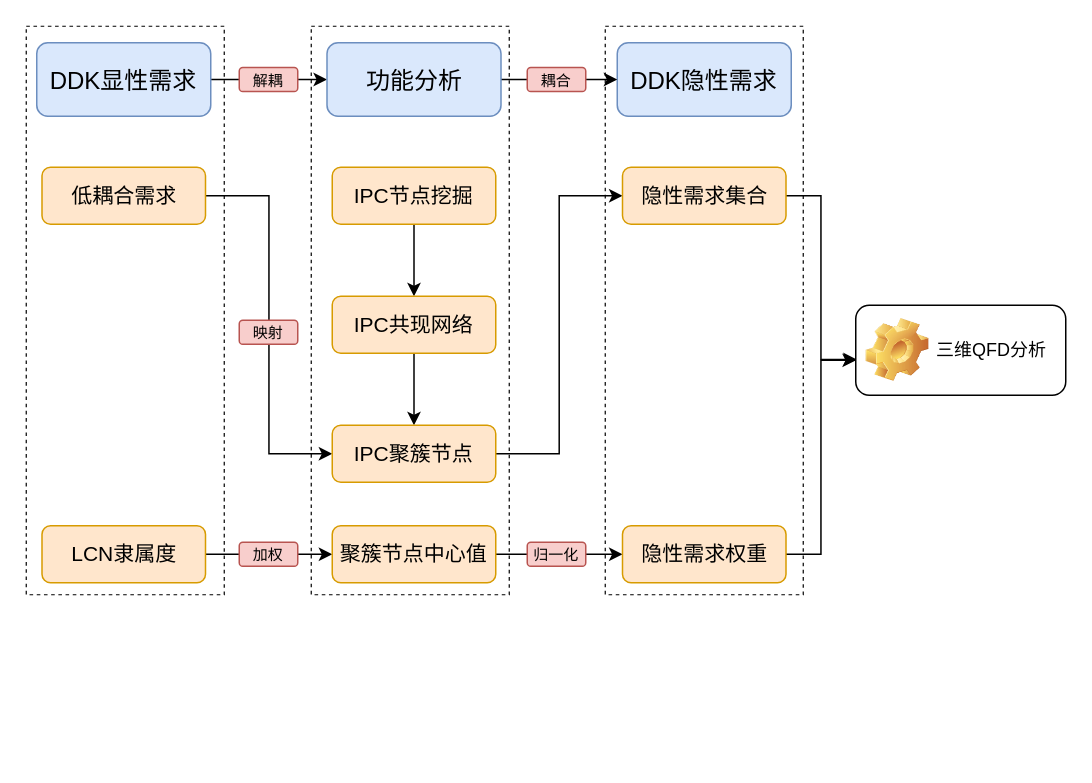
The draw.io diagram Untitled Diagram.drawio in ElioCode/gitxuexi, before the edit. Source tidied: cells renumbered, new cells numbered last; positions are measured from the earlier drawing's top-left corner, leaving out a move shared by most shapes. Both pictures are drawn from the tidied source at 150%, with x=0, y=0 at pixel (26, 26).
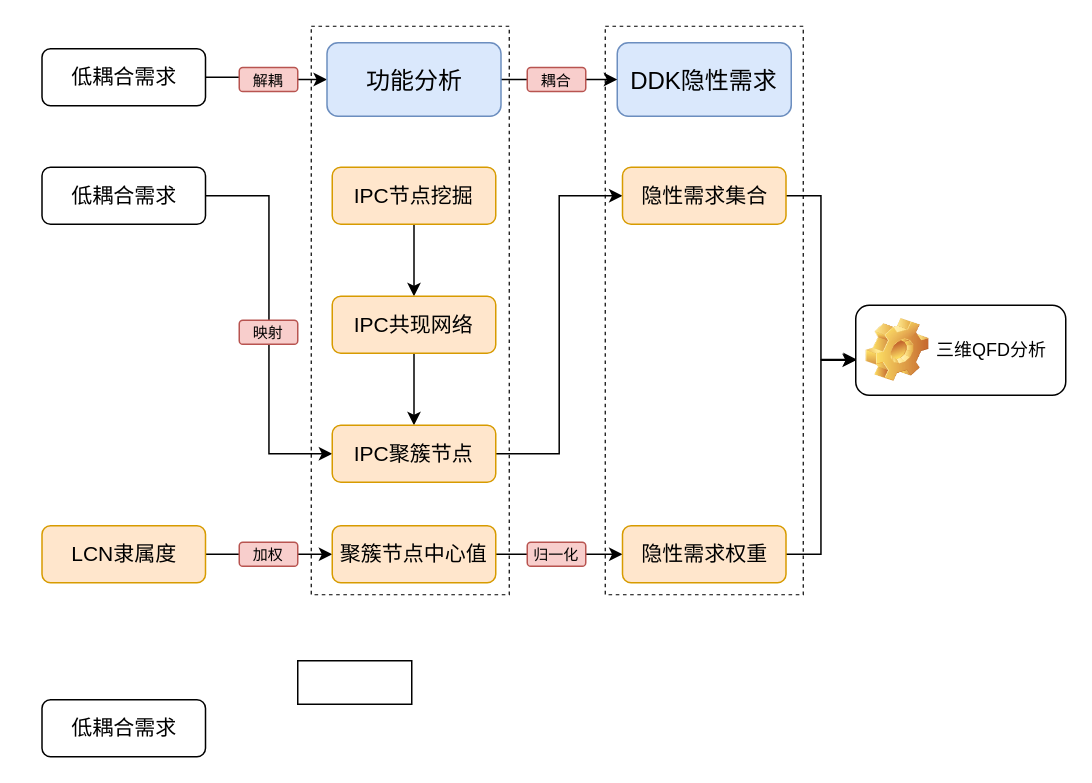
Above is the later version.

Unchanged cells that the change refers to:
```xml
<mxCell id="14" value="&lt;font style=&quot;font-size: 16px&quot;&gt;功能分析&lt;/font&gt;" style="rounded=1;whiteSpace=wrap;html=1;fillColor=#dae8fc;strokeColor=#6c8ebf;" parent="1" vertex="1">
  <mxGeometry x="200.5" y="11" width="116" height="49" as="geometry" />
</mxCell>
```

The edit, as a diff of the source:
```diff
@@
-    <mxCell id="2" style="edgeStyle=orthogonalEdgeStyle;rounded=0;jettySize=auto;html=1;exitX=1;exitY=0.5;exitDx=0;exitDy=0;" parent="1" edge="1" source="3" target="14">
+    <mxCell id="2" style="edgeStyle=orthogonalEdgeStyle;rounded=0;jettySize=auto;html=1;exitX=1;exitY=0.5;exitDx=0;exitDy=0;" parent="1" edge="1" source="32" target="14">
       <mxGeometry relative="1" as="geometry" />
     </mxCell>
-    <mxCell id="3" value="&lt;font style=&quot;font-size: 16px&quot;&gt;DDK显性需求&lt;/font&gt;" style="rounded=1;whiteSpace=wrap;html=1;fillColor=#dae8fc;strokeColor=#6c8ebf;fontSize=16;" parent="1" vertex="1">
-      <mxGeometry x="7" y="11" width="116" height="49" as="geometry" />
-    </mxCell>
@@
-    <mxCell id="6" value="&lt;font style=&quot;font-size: 14px&quot;&gt;低耦合需求&lt;/font&gt;" style="rounded=1;whiteSpace=wrap;html=1;fillColor=#ffe6cc;strokeColor=#d79b00;" parent="1" vertex="1">
+    <mxCell id="6" value="&lt;font style=&quot;font-size: 14px&quot;&gt;低耦合需求&lt;/font&gt;" style="rounded=1;whiteSpace=wrap;html=1;" parent="1" vertex="1">
       <mxGeometry x="10.5" y="94" width="109" height="38" as="geometry" />
     </mxCell>
@@
-    <mxCell id="29" style="rounded=0;whiteSpace=wrap;html=1;glass=0;shadow=0;sketch=0;fillColor=none;dashed=1;strokeWidth=0.8;" parent="1" vertex="1">
-      <mxGeometry width="132" height="379" as="geometry" />
-    </mxCell>
@@
+    <mxCell id="32" value="&lt;font style=&quot;font-size: 14px&quot;&gt;低耦合需求&lt;/font&gt;" style="rounded=1;whiteSpace=wrap;html=1;" parent="1" vertex="1">
+      <mxGeometry x="10.5" y="15" width="109" height="38" as="geometry" />
+    </mxCell>
+    <mxCell id="33" value="&lt;font style=&quot;font-size: 14px&quot;&gt;低耦合需求&lt;/font&gt;" style="rounded=1;whiteSpace=wrap;html=1;" parent="1" vertex="1">
+      <mxGeometry x="10.5" y="449" width="109" height="38" as="geometry" />
+    </mxCell>
+    <mxCell id="34" style="rounded=0;whiteSpace=wrap;html=1;fontSize=14;" parent="1" vertex="1">
+      <mxGeometry x="181" y="423" width="76" height="29" as="geometry" />
+    </mxCell>
```
